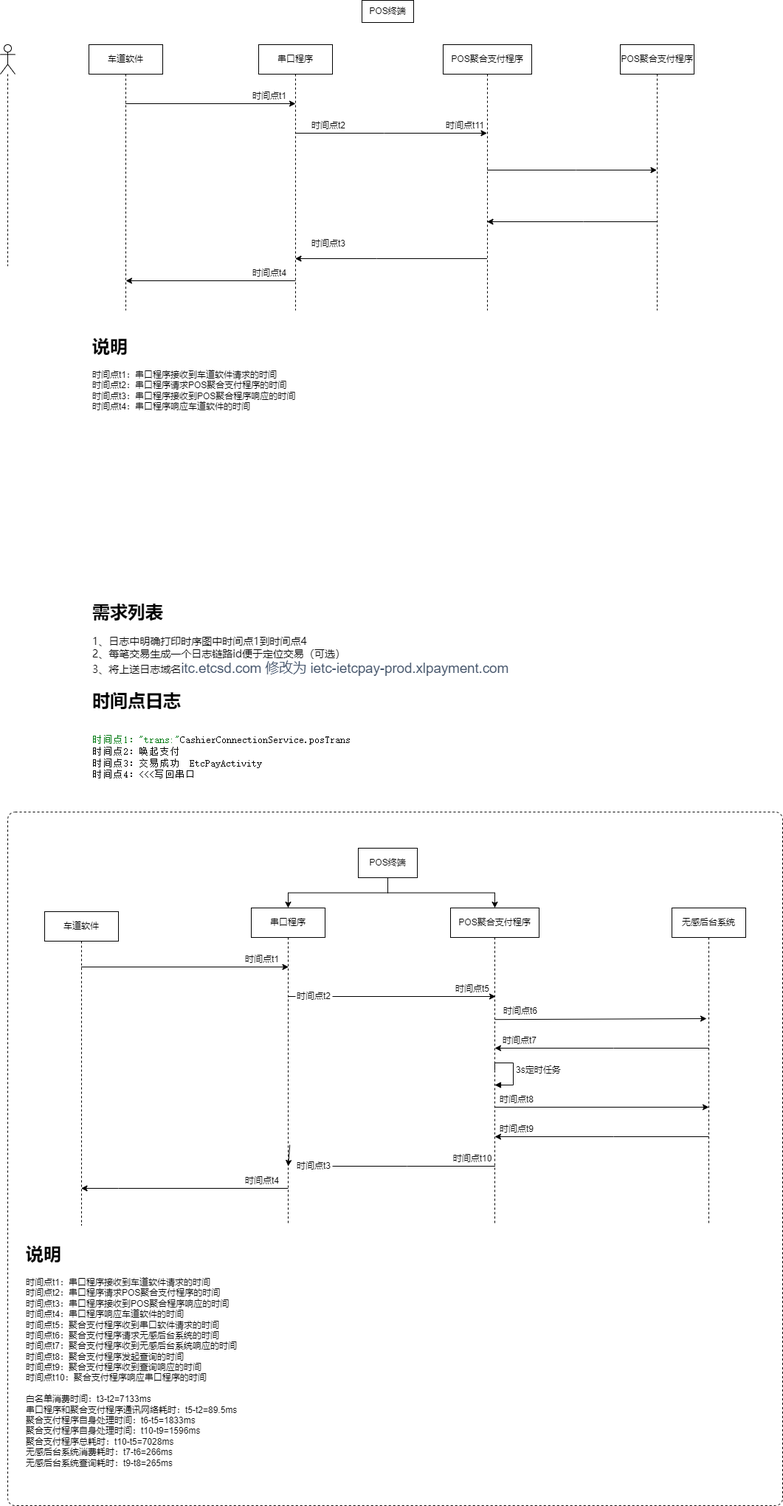
Above: 无感支付1.png in songyibo2019/mydiagrams (draw.io), before the change. Source tidied: cells renumbered, new cells last; positions are measured from the earlier drawing's top-left corner, leaving out a move shared by most shapes.
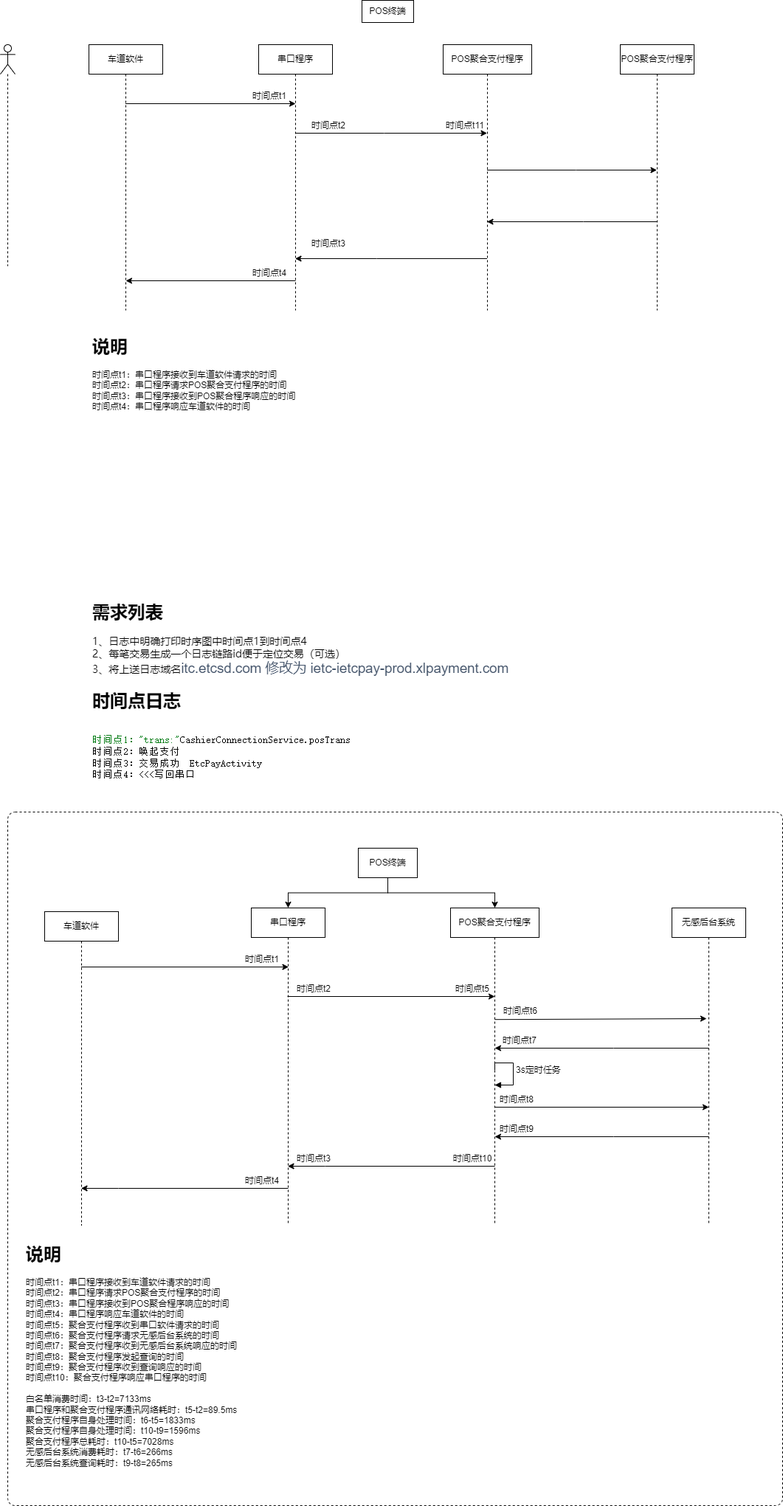
Above is the later version.

Change to the diagram source:
```diff
@@ -127,11 +127,6 @@
         <mxPoint x="390.5" y="1310" as="targetPoint" />
       </mxGeometry>
     </mxCell>
-    <mxCell id="32" style="endArrow=classic;html=1;rounded=0;startArrow=none;" parent="1" edge="1" source="35">
-      <mxGeometry relative="1" as="geometry">
-        <mxPoint x="671" y="1350" as="targetPoint" />
-      </mxGeometry>
-    </mxCell>
     <mxCell id="33" style="endArrow=classic;html=1;rounded=0;" parent="1" edge="1">
       <mxGeometry relative="1" as="geometry">
         <mxPoint x="390" y="1610" as="sourcePoint" />
@@ -142,31 +137,12 @@
         </Array>
       </mxGeometry>
     </mxCell>
-    <mxCell id="34" style="endArrow=classic;html=1;rounded=0;startArrow=none;exitX=0.364;exitY=0.48;exitDx=0;exitDy=0;exitPerimeter=0;" parent="1" edge="1" source="22">
-      <mxGeometry relative="1" as="geometry">
-        <mxPoint x="390" y="1580" as="targetPoint" />
-      </mxGeometry>
-    </mxCell>
     <mxCell id="35" value="时间点t2" style="text;html=1;strokeColor=none;fillColor=none;align=center;verticalAlign=middle;whiteSpace=wrap;rounded=0;" parent="1" vertex="1">
-      <mxGeometry x="400" y="1340" width="50" height="20" as="geometry" />
+      <mxGeometry x="400" y="1330" width="50" height="20" as="geometry" />
     </mxCell>
-    <mxCell id="36" style="endArrow=none;html=1;rounded=0;" parent="1" edge="1" target="35">
-      <mxGeometry relative="1" as="geometry">
-        <mxPoint x="390" y="1350" as="sourcePoint" />
-      </mxGeometry>
-    </mxCell>
     <mxCell id="37" value="时间点t3" style="text;html=1;strokeColor=none;fillColor=none;align=center;verticalAlign=middle;whiteSpace=wrap;rounded=0;" parent="1" vertex="1">
-      <mxGeometry x="400" y="1570" width="50" height="20" as="geometry" />
+      <mxGeometry x="400" y="1560" width="50" height="20" as="geometry" />
     </mxCell>
-    <mxCell id="38" style="endArrow=none;html=1;rounded=0;" parent="1" edge="1">
-      <mxGeometry relative="1" as="geometry">
-        <mxPoint x="670.5" y="1580" as="sourcePoint" />
-        <mxPoint x="450" y="1580" as="targetPoint" />
-        <Array as="points">
-          <mxPoint x="551" y="1580" />
-        </Array>
-      </mxGeometry>
-    </mxCell>
     <mxCell id="39" value="时间点t10" style="text;html=1;strokeColor=none;fillColor=none;align=center;verticalAlign=middle;whiteSpace=wrap;rounded=0;" parent="1" vertex="1">
       <mxGeometry x="610" y="1560" width="60" height="20" as="geometry" />
     </mxCell>
@@ -230,5 +206,21 @@
     <mxCell id="51" value="时间点t9" style="text;html=1;strokeColor=none;fillColor=none;align=center;verticalAlign=middle;whiteSpace=wrap;rounded=0;" parent="1" vertex="1">
       <mxGeometry x="670" y="1520" width="60" height="20" as="geometry" />
     </mxCell>
+    <mxCell id="52" style="endArrow=classic;html=1;rounded=0;" parent="1" edge="1">
+      <mxGeometry relative="1" as="geometry">
+        <mxPoint x="670" y="1580" as="sourcePoint" />
+        <mxPoint x="389.5" y="1580" as="targetPoint" />
+        <Array as="points">
+          <mxPoint x="550.5" y="1580" />
+          <mxPoint x="440" y="1580" />
+        </Array>
+      </mxGeometry>
+    </mxCell>
+    <mxCell id="53" style="endArrow=classic;html=1;rounded=0;" parent="1" edge="1">
+      <mxGeometry relative="1" as="geometry">
+        <mxPoint x="389" y="1350" as="sourcePoint" />
+        <mxPoint x="670" y="1350" as="targetPoint" />
+      </mxGeometry>
+    </mxCell>
   </root>
 </mxGraphModel>
```
